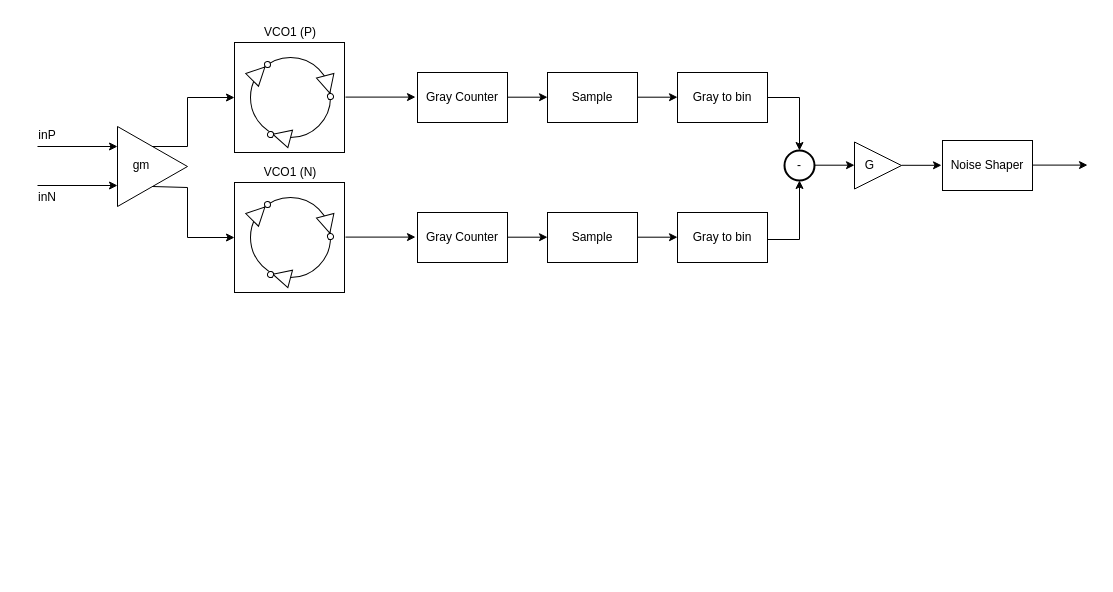
Above: diagramas_tfm/camino.drawio in tremon36/miTFM (draw.io), before the change. Source tidied: cells renumbered, new cells numbered last; positions are measured from the earlier drawing's top-left corner, leaving out a move shared by most shapes. Both pictures are drawn from the tidied source at 100%, with x=0, y=0 at pixel (17, 17).
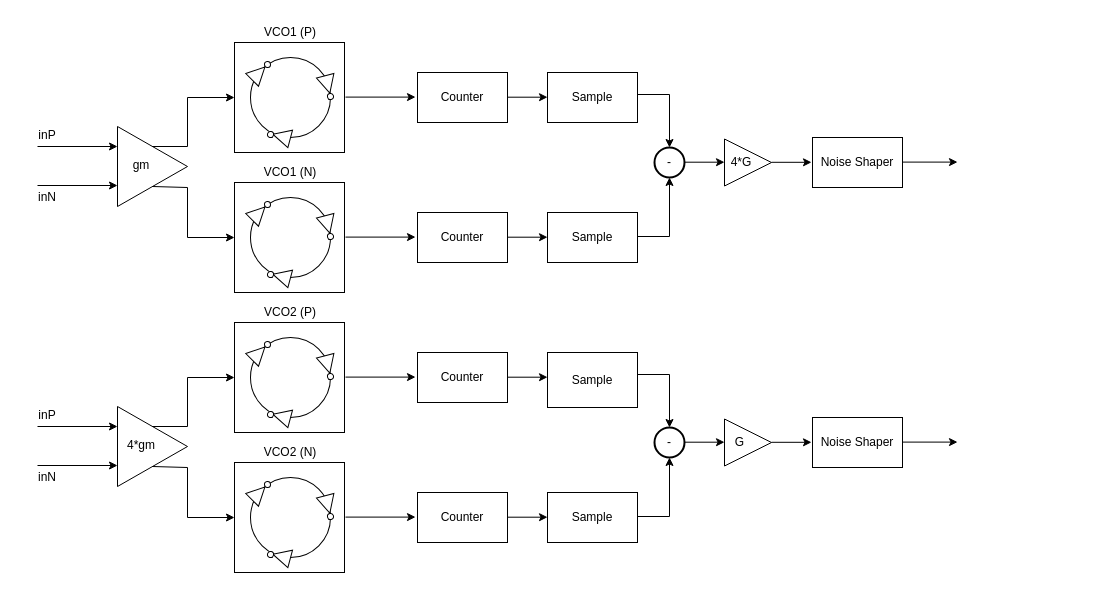
After the change.

Diff of the diagram source:
```diff
@@
-    <mxCell id="15" value="Gray Counter" style="rounded=0;whiteSpace=wrap;html=1;" parent="1" vertex="1">
+    <mxCell id="15" value="Counter" style="rounded=0;whiteSpace=wrap;html=1;" parent="1" vertex="1">
       <mxGeometry x="400" y="55" width="90" height="50" as="geometry" />
     </mxCell>
@@
     <mxCell id="18" value="Noise Shaper" style="rounded=0;whiteSpace=wrap;html=1;" parent="1" vertex="1">
-      <mxGeometry x="925" y="123" width="90" height="50" as="geometry" />
+      <mxGeometry x="795" y="120" width="90" height="50" as="geometry" />
     </mxCell>
     <mxCell id="19" value="-" style="strokeWidth=2;html=1;shape=mxgraph.flowchart.start_2;whiteSpace=wrap;" parent="1" vertex="1">
-      <mxGeometry x="767" y="133" width="30" height="30" as="geometry" />
+      <mxGeometry x="637" y="130" width="30" height="30" as="geometry" />
     </mxCell>
@@
-    <mxCell id="32" value="Gray Counter" style="rounded=0;whiteSpace=wrap;html=1;" parent="1" vertex="1">
+    <mxCell id="32" value="Counter" style="rounded=0;whiteSpace=wrap;html=1;" parent="1" vertex="1">
       <mxGeometry x="400" y="195" width="90" height="50" as="geometry" />
     </mxCell>
@@
     <mxCell id="35" style="endArrow=classic;html=1;rounded=0;exitX=1;exitY=0.5;exitDx=0;exitDy=0;" parent="1" edge="1">
       <mxGeometry relative="1" as="geometry">
-        <mxPoint x="797" y="147.7" as="sourcePoint" />
-        <mxPoint x="837" y="147.7" as="targetPoint" />
+        <mxPoint x="667" y="144.7" as="sourcePoint" />
+        <mxPoint x="707" y="144.7" as="targetPoint" />
       </mxGeometry>
     </mxCell>
@@
     <mxCell id="44" style="triangle;whiteSpace=wrap;html=1;" parent="1" vertex="1">
-      <mxGeometry x="837" y="124.5" width="47" height="47" as="geometry" />
+      <mxGeometry x="707" y="121.5" width="47" height="47" as="geometry" />
     </mxCell>
     <mxCell id="45" style="endArrow=classic;html=1;rounded=0;exitX=1;exitY=0.5;exitDx=0;exitDy=0;" parent="1" edge="1">
       <mxGeometry relative="1" as="geometry">
-        <mxPoint x="884" y="147.8" as="sourcePoint" />
-        <mxPoint x="924" y="147.8" as="targetPoint" />
+        <mxPoint x="754" y="144.8" as="sourcePoint" />
+        <mxPoint x="794" y="144.8" as="targetPoint" />
       </mxGeometry>
     </mxCell>
-    <mxCell id="46" value="G" style="text;html=1;align=center;verticalAlign=middle;whiteSpace=wrap;rounded=0;" parent="1" vertex="1">
-      <mxGeometry x="846" y="136.5" width="13" height="23" as="geometry" />
+    <mxCell id="46" value="4*G" style="text;html=1;align=center;verticalAlign=middle;whiteSpace=wrap;rounded=0;" parent="1" vertex="1">
+      <mxGeometry x="707" y="133.5" width="34" height="23" as="geometry" />
     </mxCell>
-    <mxCell id="47" style="endArrow=classic;html=1;rounded=0;exitX=1;exitY=0.5;exitDx=0;exitDy=0;" parent="1" edge="1">
-      <mxGeometry relative="1" as="geometry">
-        <mxPoint x="620" y="79.7" as="sourcePoint" />
-        <mxPoint x="660" y="79.7" as="targetPoint" />
-      </mxGeometry>
-    </mxCell>
-    <mxCell id="48" value="Gray to bin" style="rounded=0;whiteSpace=wrap;html=1;" parent="1" vertex="1">
-      <mxGeometry x="660" y="55" width="90" height="50" as="geometry" />
-    </mxCell>
-    <mxCell id="49" style="endArrow=classic;html=1;rounded=0;exitX=1;exitY=0.5;exitDx=0;exitDy=0;" parent="1" edge="1">
-      <mxGeometry relative="1" as="geometry">
-        <mxPoint x="620" y="219.7" as="sourcePoint" />
-        <mxPoint x="660" y="219.7" as="targetPoint" />
-      </mxGeometry>
-    </mxCell>
-    <mxCell id="50" value="Gray to bin" style="rounded=0;whiteSpace=wrap;html=1;" parent="1" vertex="1">
-      <mxGeometry x="660" y="195" width="90" height="50" as="geometry" />
-    </mxCell>
-    <mxCell id="51" style="endArrow=classic;html=1;rounded=0;exitX=1;exitY=0.5;exitDx=0;exitDy=0;entryX=0.5;entryY=0;entryDx=0;entryDy=0;entryPerimeter=0;" parent="1" edge="1" source="48" target="19">
+    <mxCell id="51" style="endArrow=classic;html=1;rounded=0;exitX=1;exitY=0.5;exitDx=0;exitDy=0;entryX=0.5;entryY=0;entryDx=0;entryDy=0;entryPerimeter=0;" parent="1" edge="1" target="19">
       <mxGeometry relative="1" as="geometry">
+        <mxPoint x="620" y="77" as="sourcePoint" />
         <Array as="points">
-          <mxPoint x="782" y="80" />
+          <mxPoint x="652" y="77" />
         </Array>
       </mxGeometry>
     </mxCell>
     <mxCell id="52" style="endArrow=classic;html=1;rounded=0;exitX=1;exitY=0.5;exitDx=0;exitDy=0;entryX=0.5;entryY=1;entryDx=0;entryDy=0;entryPerimeter=0;" parent="1" edge="1" target="19">
       <mxGeometry relative="1" as="geometry">
-        <mxPoint x="750" y="222" as="sourcePoint" />
+        <mxPoint x="620" y="219" as="sourcePoint" />
         <Array as="points">
-          <mxPoint x="782" y="222" />
+          <mxPoint x="652" y="219" />
         </Array>
       </mxGeometry>
     </mxCell>
     <mxCell id="53" style="endArrow=classic;html=1;rounded=0;" parent="1" edge="1">
       <mxGeometry relative="1" as="geometry">
-        <mxPoint x="1015" y="147.6" as="sourcePoint" />
-        <mxPoint x="1070" y="147.6" as="targetPoint" />
+        <mxPoint x="885" y="144.6" as="sourcePoint" />
+        <mxPoint x="940" y="144.6" as="targetPoint" />
       </mxGeometry>
     </mxCell>
+    <mxCell id="54" style="group;rotation=-135;" parent="1" vertex="1">
+      <mxGeometry x="224" y="310" width="110" height="100" as="geometry" />
+    </mxCell>
+    <mxCell id="55" style="rounded=0;whiteSpace=wrap;html=1;" parent="54" vertex="1">
+      <mxGeometry x="-7" y="-5" width="110" height="110" as="geometry" />
+    </mxCell>
+    <mxCell id="56" style="ellipse;whiteSpace=wrap;html=1;rotation=-135;" parent="54" vertex="1">
+      <mxGeometry x="9" y="10" width="80" height="80" as="geometry" />
+    </mxCell>
+    <mxCell id="57" style="group;rotation=-165;" parent="54" vertex="1">
+      <mxGeometry x="25" y="79" width="24" height="18" as="geometry" />
+    </mxCell>
+    <mxCell id="58" style="triangle;whiteSpace=wrap;html=1;rotation=-165;" parent="57" vertex="1">
+      <mxGeometry x="6" y="1" width="18" height="18" as="geometry" />
+    </mxCell>
+    <mxCell id="59" style="ellipse;whiteSpace=wrap;html=1;rotation=-165;" parent="57" vertex="1">
+      <mxGeometry x="1" y="5" width="6" height="6" as="geometry" />
+    </mxCell>
+    <mxCell id="60" style="triangle;whiteSpace=wrap;html=1;rotation=-45;" parent="54" vertex="1">
+      <mxGeometry x="8" y="17" width="18" height="18" as="geometry" />
+    </mxCell>
+    <mxCell id="61" style="ellipse;whiteSpace=wrap;html=1;rotation=-186;" parent="54" vertex="1">
+      <mxGeometry x="23" y="14" width="6" height="6" as="geometry" />
+    </mxCell>
+    <mxCell id="62" style="group;rotation=-285;" parent="54" vertex="1">
+      <mxGeometry x="74" y="31" width="24" height="18" as="geometry" />
+    </mxCell>
+    <mxCell id="63" style="triangle;whiteSpace=wrap;html=1;rotation=-285;" parent="62" vertex="1">
+      <mxGeometry x="3" y="-3" width="18" height="18" as="geometry" />
+    </mxCell>
+    <mxCell id="64" style="ellipse;whiteSpace=wrap;html=1;rotation=-285;" parent="62" vertex="1">
+      <mxGeometry x="12" y="15" width="6" height="6" as="geometry" />
+    </mxCell>
+    <mxCell id="65" value="VCO2 (P)" style="text;html=1;align=center;verticalAlign=middle;whiteSpace=wrap;rounded=0;" parent="54" vertex="1">
+      <mxGeometry x="19" y="-30" width="60" height="30" as="geometry" />
+    </mxCell>
+    <mxCell id="66" style="endArrow=classic;html=1;rounded=0;" parent="1" edge="1">
+      <mxGeometry relative="1" as="geometry">
+        <mxPoint x="328" y="359.6" as="sourcePoint" />
+        <mxPoint x="398" y="359.6" as="targetPoint" />
+      </mxGeometry>
+    </mxCell>
+    <mxCell id="67" value="Counter" style="rounded=0;whiteSpace=wrap;html=1;" parent="1" vertex="1">
+      <mxGeometry x="400" y="335" width="90" height="50" as="geometry" />
+    </mxCell>
+    <mxCell id="68" style="endArrow=classic;html=1;rounded=0;exitX=1;exitY=0.5;exitDx=0;exitDy=0;" parent="1" edge="1">
+      <mxGeometry relative="1" as="geometry">
+        <mxPoint x="490" y="359.7" as="sourcePoint" />
+        <mxPoint x="530" y="359.7" as="targetPoint" />
+      </mxGeometry>
+    </mxCell>
+    <mxCell id="69" value="Sample" style="rounded=0;whiteSpace=wrap;html=1;" parent="1" vertex="1">
+      <mxGeometry x="530" y="335" width="90" height="55" as="geometry" />
+    </mxCell>
+    <mxCell id="70" value="Noise Shaper" style="rounded=0;whiteSpace=wrap;html=1;" parent="1" vertex="1">
+      <mxGeometry x="795" y="400" width="90" height="50" as="geometry" />
+    </mxCell>
+    <mxCell id="71" value="-" style="strokeWidth=2;html=1;shape=mxgraph.flowchart.start_2;whiteSpace=wrap;" parent="1" vertex="1">
+      <mxGeometry x="637" y="410" width="30" height="30" as="geometry" />
+    </mxCell>
+    <mxCell id="72" style="rounded=0;whiteSpace=wrap;html=1;" parent="1" vertex="1">
+      <mxGeometry x="217" y="445" width="110" height="110" as="geometry" />
+    </mxCell>
+    <mxCell id="73" style="ellipse;whiteSpace=wrap;html=1;rotation=-135;" parent="1" vertex="1">
+      <mxGeometry x="233" y="460" width="80" height="80" as="geometry" />
+    </mxCell>
+    <mxCell id="74" style="group;rotation=-165;" parent="1" vertex="1">
+      <mxGeometry x="249" y="529" width="24" height="18" as="geometry" />
+    </mxCell>
+    <mxCell id="75" style="triangle;whiteSpace=wrap;html=1;rotation=-165;" parent="74" vertex="1">
+      <mxGeometry x="6" y="1" width="18" height="18" as="geometry" />
+    </mxCell>
+    <mxCell id="76" style="ellipse;whiteSpace=wrap;html=1;rotation=-165;" parent="74" vertex="1">
+      <mxGeometry x="1" y="5" width="6" height="6" as="geometry" />
+    </mxCell>
+    <mxCell id="77" style="triangle;whiteSpace=wrap;html=1;rotation=-45;" parent="1" vertex="1">
+      <mxGeometry x="232" y="467" width="18" height="18" as="geometry" />
+    </mxCell>
+    <mxCell id="78" style="ellipse;whiteSpace=wrap;html=1;rotation=-186;" parent="1" vertex="1">
+      <mxGeometry x="247" y="464" width="6" height="6" as="geometry" />
+    </mxCell>
+    <mxCell id="79" style="group;rotation=-285;" parent="1" vertex="1">
+      <mxGeometry x="298" y="481" width="24" height="18" as="geometry" />
+    </mxCell>
+    <mxCell id="80" style="triangle;whiteSpace=wrap;html=1;rotation=-285;" parent="79" vertex="1">
+      <mxGeometry x="3" y="-3" width="18" height="18" as="geometry" />
+    </mxCell>
+    <mxCell id="81" style="ellipse;whiteSpace=wrap;html=1;rotation=-285;" parent="79" vertex="1">
+      <mxGeometry x="12" y="15" width="6" height="6" as="geometry" />
+    </mxCell>
+    <mxCell id="82" value="VCO2 (N)" style="text;html=1;align=center;verticalAlign=middle;whiteSpace=wrap;rounded=0;" parent="1" vertex="1">
+      <mxGeometry x="243" y="420" width="60" height="30" as="geometry" />
+    </mxCell>
+    <mxCell id="83" style="endArrow=classic;html=1;rounded=0;" parent="1" edge="1">
+      <mxGeometry relative="1" as="geometry">
+        <mxPoint x="328" y="499.6" as="sourcePoint" />
+        <mxPoint x="398" y="499.6" as="targetPoint" />
+      </mxGeometry>
+    </mxCell>
+    <mxCell id="84" value="Counter" style="rounded=0;whiteSpace=wrap;html=1;" parent="1" vertex="1">
+      <mxGeometry x="400" y="475" width="90" height="50" as="geometry" />
+    </mxCell>
+    <mxCell id="85" style="endArrow=classic;html=1;rounded=0;exitX=1;exitY=0.5;exitDx=0;exitDy=0;" parent="1" edge="1">
+      <mxGeometry relative="1" as="geometry">
+        <mxPoint x="490" y="499.7" as="sourcePoint" />
+        <mxPoint x="530" y="499.7" as="targetPoint" />
+      </mxGeometry>
+    </mxCell>
+    <mxCell id="86" value="Sample" style="rounded=0;whiteSpace=wrap;html=1;" parent="1" vertex="1">
+      <mxGeometry x="530" y="475" width="90" height="50" as="geometry" />
+    </mxCell>
+    <mxCell id="87" style="endArrow=classic;html=1;rounded=0;exitX=1;exitY=0.5;exitDx=0;exitDy=0;" parent="1" edge="1">
+      <mxGeometry relative="1" as="geometry">
+        <mxPoint x="667" y="424.7" as="sourcePoint" />
+        <mxPoint x="707" y="424.7" as="targetPoint" />
+      </mxGeometry>
+    </mxCell>
+    <mxCell id="88" style="endArrow=classic;html=1;rounded=0;" parent="1" edge="1">
+      <mxGeometry relative="1" as="geometry">
+        <mxPoint x="20" y="409" as="sourcePoint" />
+        <mxPoint x="100" y="409" as="targetPoint" />
+      </mxGeometry>
+    </mxCell>
+    <mxCell id="89" style="endArrow=classic;html=1;rounded=0;" parent="1" edge="1">
+      <mxGeometry relative="1" as="geometry">
+        <mxPoint x="20" y="448" as="sourcePoint" />
+        <mxPoint x="100" y="448" as="targetPoint" />
+      </mxGeometry>
+    </mxCell>
+    <mxCell id="90" style="triangle;whiteSpace=wrap;html=1;" parent="1" vertex="1">
+      <mxGeometry x="100" y="389" width="70" height="80" as="geometry" />
+    </mxCell>
+    <mxCell id="91" value="4*gm" style="text;html=1;align=center;verticalAlign=middle;whiteSpace=wrap;rounded=0;" parent="1" vertex="1">
+      <mxGeometry x="94" y="413" width="60" height="30" as="geometry" />
+    </mxCell>
+    <mxCell id="92" style="endArrow=classic;html=1;rounded=0;exitX=0.5;exitY=0;exitDx=0;exitDy=0;entryX=0;entryY=0.5;entryDx=0;entryDy=0;" parent="1" edge="1" source="90" target="55">
+      <mxGeometry relative="1" as="geometry">
+        <Array as="points">
+          <mxPoint x="170" y="409" />
+          <mxPoint x="170" y="360" />
+        </Array>
+      </mxGeometry>
+    </mxCell>
+    <mxCell id="93" style="endArrow=classic;html=1;rounded=0;exitX=0.5;exitY=1;exitDx=0;exitDy=0;entryX=0;entryY=0.5;entryDx=0;entryDy=0;" parent="1" edge="1" source="90" target="72">
+      <mxGeometry relative="1" as="geometry">
+        <Array as="points">
+          <mxPoint x="170" y="450" />
+          <mxPoint x="170" y="500" />
+        </Array>
+      </mxGeometry>
+    </mxCell>
+    <mxCell id="94" value="inP" style="text;html=1;align=center;verticalAlign=middle;whiteSpace=wrap;rounded=0;" parent="1" vertex="1">
+      <mxGeometry y="383" width="60" height="30" as="geometry" />
+    </mxCell>
+    <mxCell id="95" value="inN" style="text;html=1;align=center;verticalAlign=middle;whiteSpace=wrap;rounded=0;" parent="1" vertex="1">
+      <mxGeometry y="445" width="60" height="30" as="geometry" />
+    </mxCell>
+    <mxCell id="96" style="triangle;whiteSpace=wrap;html=1;" parent="1" vertex="1">
+      <mxGeometry x="707" y="401.5" width="47" height="47" as="geometry" />
+    </mxCell>
+    <mxCell id="97" style="endArrow=classic;html=1;rounded=0;exitX=1;exitY=0.5;exitDx=0;exitDy=0;" parent="1" edge="1">
+      <mxGeometry relative="1" as="geometry">
+        <mxPoint x="754" y="424.8" as="sourcePoint" />
+        <mxPoint x="794" y="424.8" as="targetPoint" />
+      </mxGeometry>
+    </mxCell>
+    <mxCell id="98" value="G" style="text;html=1;align=center;verticalAlign=middle;whiteSpace=wrap;rounded=0;" parent="1" vertex="1">
+      <mxGeometry x="716" y="413.5" width="13" height="23" as="geometry" />
+    </mxCell>
+    <mxCell id="99" style="endArrow=classic;html=1;rounded=0;exitX=1;exitY=0.5;exitDx=0;exitDy=0;entryX=0.5;entryY=0;entryDx=0;entryDy=0;entryPerimeter=0;" parent="1" edge="1" target="71">
+      <mxGeometry relative="1" as="geometry">
+        <mxPoint x="620" y="357" as="sourcePoint" />
+        <Array as="points">
+          <mxPoint x="652" y="357" />
+        </Array>
+      </mxGeometry>
+    </mxCell>
+    <mxCell id="100" style="endArrow=classic;html=1;rounded=0;exitX=1;exitY=0.5;exitDx=0;exitDy=0;entryX=0.5;entryY=1;entryDx=0;entryDy=0;entryPerimeter=0;" parent="1" edge="1" target="71">
+      <mxGeometry relative="1" as="geometry">
+        <mxPoint x="620" y="499" as="sourcePoint" />
+        <Array as="points">
+          <mxPoint x="652" y="499" />
+        </Array>
+      </mxGeometry>
+    </mxCell>
+    <mxCell id="101" style="endArrow=classic;html=1;rounded=0;" parent="1" edge="1">
+      <mxGeometry relative="1" as="geometry">
+        <mxPoint x="885" y="424.6" as="sourcePoint" />
+        <mxPoint x="940" y="424.6" as="targetPoint" />
+      </mxGeometry>
+    </mxCell>
```
